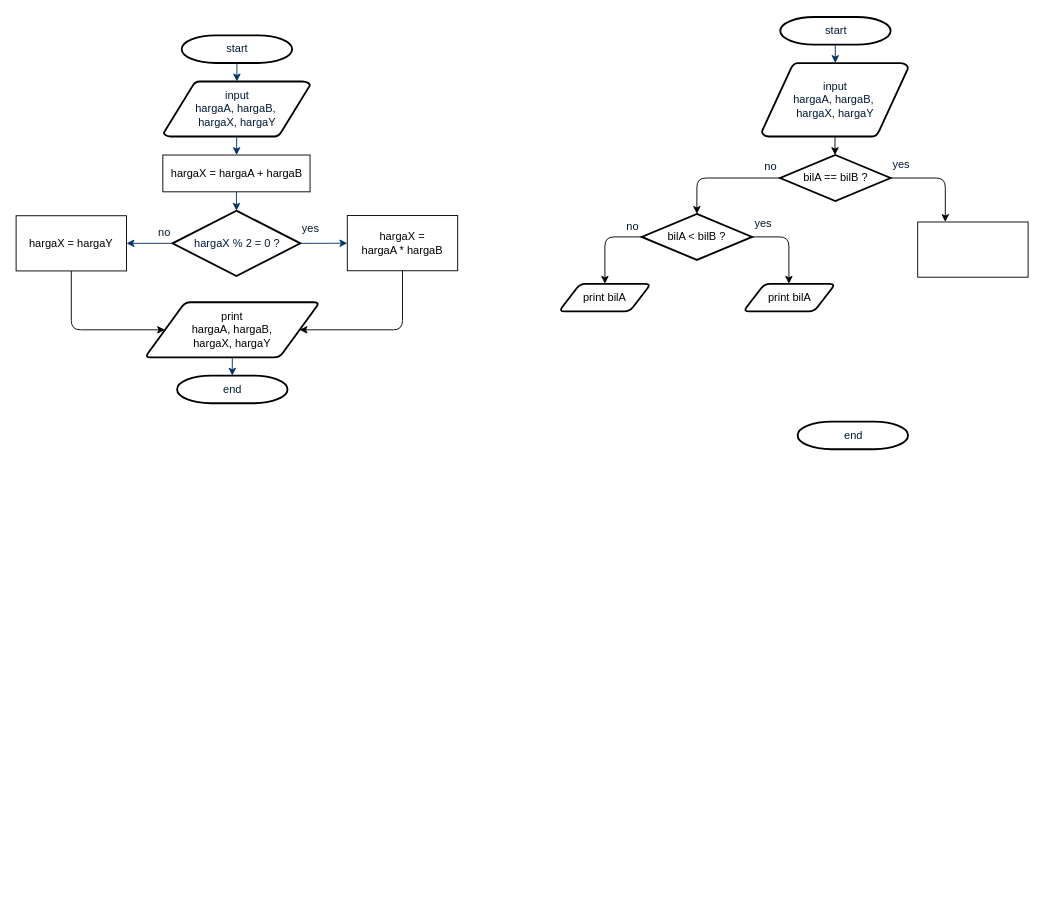
logixode/ProgrammingLanguageInfo_App keeps this draw.io diagram as Untitled Diagram.drawio. Above is the earlier version. Source tidied: cells renumbered, new cells numbered last; positions are measured from the earlier drawing's top-left corner, leaving out a move shared by most shapes. Both pictures are drawn from the tidied source at 92%, with x=0, y=0 at pixel (16, 17).
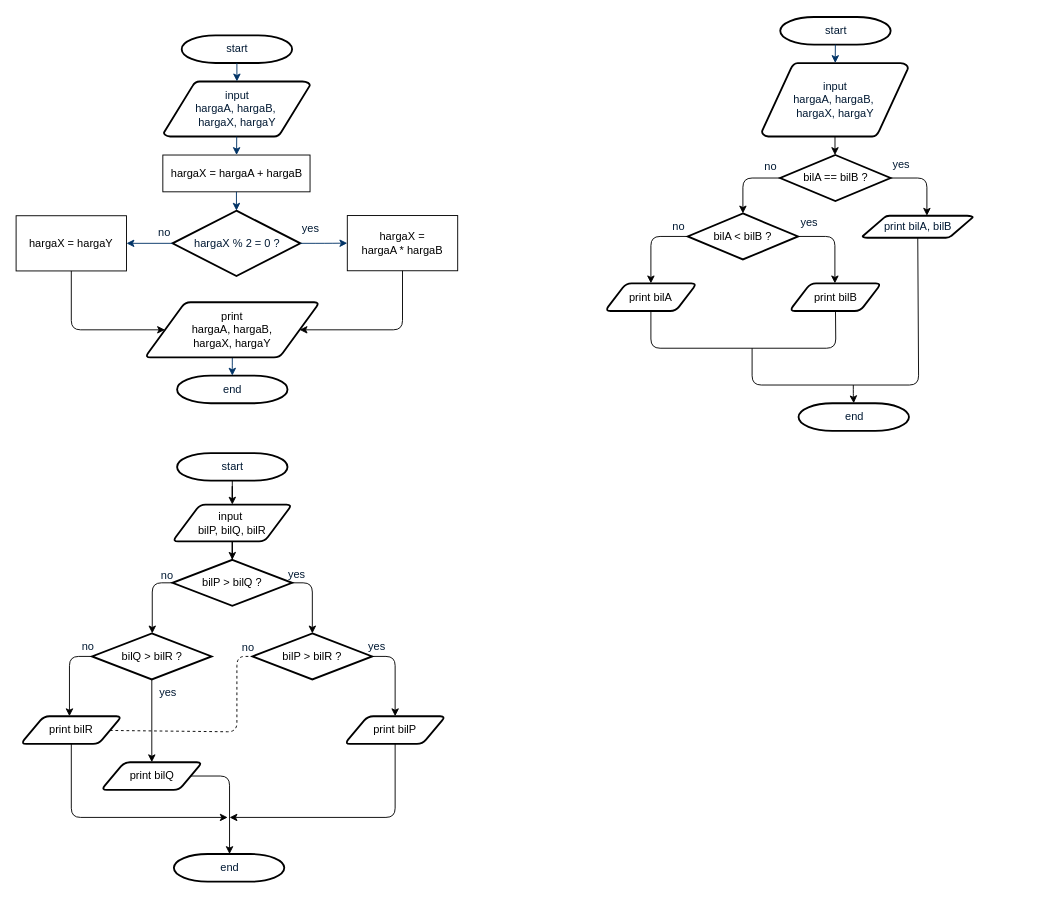
After the change.

The change refers to these unchanged cells:
```xml
<mxCell id="25" value="bilA == bilB ?" style="strokeWidth=2;html=1;shape=mxgraph.flowchart.decision;whiteSpace=wrap;" parent="1" vertex="1">
  <mxGeometry x="830.5" y="150" width="120" height="50" as="geometry" />
</mxCell>
```

Change to the diagram source:
```diff
@@
     <mxCell id="21" value="end" style="shape=mxgraph.flowchart.terminator;fillColor=#FFFFFF;strokeColor=#000000;strokeWidth=2;gradientColor=none;gradientDirection=north;fontColor=#001933;fontStyle=0;html=1;" parent="1" vertex="1">
-      <mxGeometry x="849.5" y="439.8" width="120" height="30" as="geometry" />
+      <mxGeometry x="850.5" y="419.8" width="120" height="30" as="geometry" />
     </mxCell>
@@
     <mxCell id="26" style="edgeStyle=elbowEdgeStyle;elbow=vertical;endArrow=classic;html=1;" parent="1" edge="1" source="25" target="30">
       <mxGeometry relative="1" as="geometry">
         <Array as="points">
+          <mxPoint x="790" y="175" />
           <mxPoint x="740" y="175" />
           <mxPoint x="770" y="175" />
         </Array>
       </mxGeometry>
     </mxCell>
-    <mxCell id="27" style="edgeStyle=elbowEdgeStyle;elbow=vertical;endArrow=classic;html=1;" parent="1" edge="1" source="25" target="35">
+    <mxCell id="27" style="edgeStyle=elbowEdgeStyle;elbow=vertical;endArrow=classic;html=1;" parent="1" edge="1" source="25" target="38">
       <mxGeometry relative="1" as="geometry">
         <Array as="points">
+          <mxPoint x="990" y="175" />
           <mxPoint x="1010" y="175" />
         </Array>
       </mxGeometry>
     </mxCell>
@@
     <mxCell id="30" value="bilA &amp;lt; bilB ?" style="strokeWidth=2;html=1;shape=mxgraph.flowchart.decision;whiteSpace=wrap;" parent="1" vertex="1">
-      <mxGeometry x="680" y="214" width="120" height="50" as="geometry" />
+      <mxGeometry x="730" y="213.5" width="120" height="50" as="geometry" />
     </mxCell>
     <mxCell id="31" value="no" style="text;fontColor=#001933;fontStyle=0;html=1;strokeColor=none;gradientColor=none;fillColor=none;strokeWidth=2;align=center;" parent="1" vertex="1">
-      <mxGeometry x="650" y="214" width="40" height="26" as="geometry" />
+      <mxGeometry x="700" y="213.5" width="40" height="26" as="geometry" />
     </mxCell>
     <mxCell id="32" style="edgeStyle=elbowEdgeStyle;elbow=vertical;endArrow=classic;html=1;" parent="1" edge="1" source="30" target="36">
       <mxGeometry relative="1" as="geometry">
         <Array as="points">
-          <mxPoint x="640" y="239" />
-          <mxPoint x="590" y="238.5" />
-          <mxPoint x="620" y="238.5" />
+          <mxPoint x="690" y="238.5" />
+          <mxPoint x="640" y="238" />
+          <mxPoint x="670" y="238" />
         </Array>
       </mxGeometry>
     </mxCell>
     <mxCell id="33" value="yes" style="text;fontColor=#001933;fontStyle=0;html=1;strokeColor=none;gradientColor=none;fillColor=none;strokeWidth=2;" parent="1" vertex="1">
-      <mxGeometry x="800.5" y="210.5" width="40" height="26" as="geometry" />
+      <mxGeometry x="850.5" y="210" width="40" height="26" as="geometry" />
     </mxCell>
     <mxCell id="34" style="edgeStyle=elbowEdgeStyle;elbow=vertical;endArrow=classic;html=1;" parent="1" edge="1" source="30" target="37">
       <mxGeometry relative="1" as="geometry">
         <Array as="points">
-          <mxPoint x="840" y="239" />
-          <mxPoint x="860" y="238.5" />
+          <mxPoint x="890" y="238.5" />
+          <mxPoint x="910" y="238" />
         </Array>
       </mxGeometry>
     </mxCell>
-    <mxCell id="35" style="rounded=0;whiteSpace=wrap;html=1;" parent="1" vertex="1">
-      <mxGeometry x="980" y="222.8" width="120" height="60" as="geometry" />
-    </mxCell>
     <mxCell id="36" value="print bilA" style="shape=parallelogram;html=1;strokeWidth=2;perimeter=parallelogramPerimeter;whiteSpace=wrap;rounded=1;arcSize=12;size=0.23;" parent="1" vertex="1">
-      <mxGeometry x="590" y="290" width="100" height="30" as="geometry" />
+      <mxGeometry x="640" y="289.5" width="100" height="30" as="geometry" />
     </mxCell>
-    <mxCell id="37" value="print bilA" style="shape=parallelogram;html=1;strokeWidth=2;perimeter=parallelogramPerimeter;whiteSpace=wrap;rounded=1;arcSize=12;size=0.23;" parent="1" vertex="1">
-      <mxGeometry x="790.5" y="290" width="100" height="30" as="geometry" />
+    <mxCell id="37" value="print bilB" style="shape=parallelogram;html=1;strokeWidth=2;perimeter=parallelogramPerimeter;whiteSpace=wrap;rounded=1;arcSize=12;size=0.23;" parent="1" vertex="1">
+      <mxGeometry x="840.5" y="289.5" width="100" height="30" as="geometry" />
     </mxCell>
+    <mxCell id="38" value="print bilA, bilB" style="shape=mxgraph.flowchart.data;fillColor=#FFFFFF;strokeColor=#000000;strokeWidth=2;gradientColor=none;gradientDirection=north;fontColor=#001933;fontStyle=0;html=1;" parent="1" vertex="1">
+      <mxGeometry x="920" y="216" width="120" height="24" as="geometry" />
+    </mxCell>
+    <mxCell id="39" style="endArrow=none;html=1;" parent="1" edge="1" source="36" target="37">
+      <mxGeometry relative="1" as="geometry">
+        <Array as="points">
+          <mxPoint x="690" y="360" />
+          <mxPoint x="891" y="360" />
+        </Array>
+      </mxGeometry>
+    </mxCell>
+    <mxCell id="40" style="endArrow=none;html=1;" parent="1" edge="1" target="38">
+      <mxGeometry relative="1" as="geometry">
+        <mxPoint x="800" y="360" as="sourcePoint" />
+        <Array as="points">
+          <mxPoint x="800" y="400" />
+          <mxPoint x="981" y="400" />
+        </Array>
+      </mxGeometry>
+    </mxCell>
+    <mxCell id="41" style="edgeStyle=elbowEdgeStyle;elbow=vertical;endArrow=classic;html=1;" parent="1" edge="1" target="21">
+      <mxGeometry relative="1" as="geometry">
+        <mxPoint x="910" y="400" as="sourcePoint" />
+      </mxGeometry>
+    </mxCell>
+    <mxCell id="42" style="edgeStyle=orthogonalEdgeStyle;rounded=0;jettySize=auto;html=1;" parent="1" edge="1" source="43" target="46">
+      <mxGeometry relative="1" as="geometry" />
+    </mxCell>
+    <mxCell id="43" value="start" style="shape=mxgraph.flowchart.terminator;fillColor=#FFFFFF;strokeColor=#000000;strokeWidth=2;gradientColor=none;gradientDirection=north;fontColor=#001933;fontStyle=0;html=1;" parent="1" vertex="1">
+      <mxGeometry x="175" y="474" width="120" height="30" as="geometry" />
+    </mxCell>
+    <mxCell id="44" value="end" style="shape=mxgraph.flowchart.terminator;fillColor=#FFFFFF;strokeColor=#000000;strokeWidth=2;gradientColor=none;gradientDirection=north;fontColor=#001933;fontStyle=0;html=1;" parent="1" vertex="1">
+      <mxGeometry x="171.5" y="909.8" width="120" height="30" as="geometry" />
+    </mxCell>
+    <mxCell id="45" style="edgeStyle=orthogonalEdgeStyle;rounded=0;jettySize=auto;html=1;" parent="1" edge="1" source="46" target="47">
+      <mxGeometry relative="1" as="geometry" />
+    </mxCell>
+    <mxCell id="46" value="input&amp;nbsp;&lt;br&gt;bilP, bilQ, bilR" style="shape=parallelogram;html=1;strokeWidth=2;perimeter=parallelogramPerimeter;whiteSpace=wrap;rounded=1;arcSize=12;size=0.23;" parent="1" vertex="1">
+      <mxGeometry x="170" y="530" width="130" height="40" as="geometry" />
+    </mxCell>
+    <mxCell id="47" value="bilP &amp;gt; bilQ ?" style="strokeWidth=2;html=1;shape=mxgraph.flowchart.decision;whiteSpace=wrap;" parent="1" vertex="1">
+      <mxGeometry x="170" y="590" width="130" height="50" as="geometry" />
+    </mxCell>
+    <mxCell id="48" value="yes" style="text;fontColor=#001933;fontStyle=0;html=1;strokeColor=none;gradientColor=none;fillColor=none;strokeWidth=2;" parent="1" vertex="1">
+      <mxGeometry x="293.5" y="592" width="40" height="26" as="geometry" />
+    </mxCell>
+    <mxCell id="49" value="no" style="text;fontColor=#001933;fontStyle=0;html=1;strokeColor=none;gradientColor=none;fillColor=none;strokeWidth=2;align=center;" parent="1" vertex="1">
+      <mxGeometry x="144" y="593" width="40" height="26" as="geometry" />
+    </mxCell>
+    <mxCell id="50" value="bilP &amp;gt; bilR ?" style="strokeWidth=2;html=1;shape=mxgraph.flowchart.decision;whiteSpace=wrap;" parent="1" vertex="1">
+      <mxGeometry x="257" y="670" width="130" height="50" as="geometry" />
+    </mxCell>
+    <mxCell id="51" value="bilQ &amp;gt; bilR ?" style="strokeWidth=2;html=1;shape=mxgraph.flowchart.decision;whiteSpace=wrap;" parent="1" vertex="1">
+      <mxGeometry x="82.5" y="670" width="130" height="50" as="geometry" />
+    </mxCell>
+    <mxCell id="52" style="edgeStyle=elbowEdgeStyle;elbow=vertical;endArrow=classic;html=1;" parent="1" edge="1" source="47" target="51">
+      <mxGeometry relative="1" as="geometry">
+        <Array as="points">
+          <mxPoint x="148" y="615" />
+          <mxPoint x="110" y="615" />
+          <mxPoint x="135" y="615" />
+          <mxPoint x="95" y="615" />
+        </Array>
+      </mxGeometry>
+    </mxCell>
+    <mxCell id="53" style="edgeStyle=elbowEdgeStyle;elbow=vertical;endArrow=classic;html=1;" parent="1" edge="1" source="47" target="50">
+      <mxGeometry relative="1" as="geometry">
+        <Array as="points">
+          <mxPoint x="322" y="615" />
+          <mxPoint x="365" y="615" />
+          <mxPoint x="390" y="690" />
+          <mxPoint x="405" y="615" />
+        </Array>
+      </mxGeometry>
+    </mxCell>
+    <mxCell id="54" value="print bilR" style="shape=parallelogram;html=1;strokeWidth=2;perimeter=parallelogramPerimeter;whiteSpace=wrap;rounded=1;arcSize=12;size=0.23;" parent="1" vertex="1">
+      <mxGeometry x="5" y="760" width="110" height="30" as="geometry" />
+    </mxCell>
+    <mxCell id="55" value="print bilQ" style="shape=parallelogram;html=1;strokeWidth=2;perimeter=parallelogramPerimeter;whiteSpace=wrap;rounded=1;arcSize=12;size=0.23;" parent="1" vertex="1">
+      <mxGeometry x="92.5" y="810" width="110" height="30" as="geometry" />
+    </mxCell>
+    <mxCell id="56" value="print bilP" style="shape=parallelogram;html=1;strokeWidth=2;perimeter=parallelogramPerimeter;whiteSpace=wrap;rounded=1;arcSize=12;size=0.23;" parent="1" vertex="1">
+      <mxGeometry x="357" y="760" width="110" height="30" as="geometry" />
+    </mxCell>
+    <mxCell id="57" value="yes" style="text;fontColor=#001933;fontStyle=0;html=1;strokeColor=none;gradientColor=none;fillColor=none;strokeWidth=2;" parent="1" vertex="1">
+      <mxGeometry x="153.5" y="720" width="40" height="26" as="geometry" />
+    </mxCell>
+    <mxCell id="58" value="no" style="text;fontColor=#001933;fontStyle=0;html=1;strokeColor=none;gradientColor=none;fillColor=none;strokeWidth=2;align=center;" parent="1" vertex="1">
+      <mxGeometry x="58" y="671" width="40" height="26" as="geometry" />
+    </mxCell>
+    <mxCell id="59" value="yes" style="text;fontColor=#001933;fontStyle=0;html=1;strokeColor=none;gradientColor=none;fillColor=none;strokeWidth=2;" parent="1" vertex="1">
+      <mxGeometry x="381" y="671" width="40" height="26" as="geometry" />
+    </mxCell>
+    <mxCell id="60" value="no" style="text;fontColor=#001933;fontStyle=0;html=1;strokeColor=none;gradientColor=none;fillColor=none;strokeWidth=2;align=center;" parent="1" vertex="1">
+      <mxGeometry x="231.5" y="672" width="40" height="26" as="geometry" />
+    </mxCell>
+    <mxCell id="61" style="edgeStyle=elbowEdgeStyle;elbow=vertical;endArrow=classic;html=1;" parent="1" edge="1" source="50" target="56">
+      <mxGeometry relative="1" as="geometry">
+        <Array as="points">
+          <mxPoint x="412" y="695" />
+        </Array>
+      </mxGeometry>
+    </mxCell>
+    <mxCell id="62" style="endArrow=none;dashed=1;html=1;" parent="1" edge="1" source="54" target="50">
+      <mxGeometry relative="1" as="geometry">
+        <Array as="points">
+          <mxPoint x="240" y="777" />
+          <mxPoint x="240" y="695" />
+        </Array>
+      </mxGeometry>
+    </mxCell>
+    <mxCell id="63" style="edgeStyle=elbowEdgeStyle;elbow=vertical;endArrow=classic;html=1;" parent="1" edge="1" source="51" target="54">
+      <mxGeometry relative="1" as="geometry">
+        <Array as="points">
+          <mxPoint x="58" y="695" />
+          <mxPoint x="21" y="695" />
+          <mxPoint x="30" y="695" />
+          <mxPoint x="-5" y="695" />
+        </Array>
+      </mxGeometry>
+    </mxCell>
+    <mxCell id="64" style="edgeStyle=elbowEdgeStyle;elbow=vertical;endArrow=classic;html=1;" parent="1" edge="1" source="51" target="55">
+      <mxGeometry relative="1" as="geometry">
+        <Array as="points">
+          <mxPoint x="148" y="720" />
+        </Array>
+      </mxGeometry>
+    </mxCell>
+    <mxCell id="65" style="edgeStyle=elbowEdgeStyle;elbow=vertical;endArrow=classic;html=1;" parent="1" edge="1" source="55" target="44">
+      <mxGeometry relative="1" as="geometry">
+        <Array as="points">
+          <mxPoint x="232" y="825" />
+        </Array>
+      </mxGeometry>
+    </mxCell>
+    <mxCell id="66" style="edgeStyle=elbowEdgeStyle;elbow=vertical;endArrow=classic;html=1;" parent="1" edge="1" source="54">
+      <mxGeometry relative="1" as="geometry">
+        <mxPoint x="230" y="870" as="targetPoint" />
+        <Array as="points">
+          <mxPoint x="150" y="870" />
+          <mxPoint x="140" y="890" />
+        </Array>
+      </mxGeometry>
+    </mxCell>
+    <mxCell id="67" style="edgeStyle=elbowEdgeStyle;elbow=vertical;endArrow=classic;html=1;" parent="1" edge="1" source="56">
+      <mxGeometry relative="1" as="geometry">
+        <mxPoint x="232" y="870" as="targetPoint" />
+        <Array as="points">
+          <mxPoint x="330" y="870" />
+        </Array>
+      </mxGeometry>
+    </mxCell>
```
